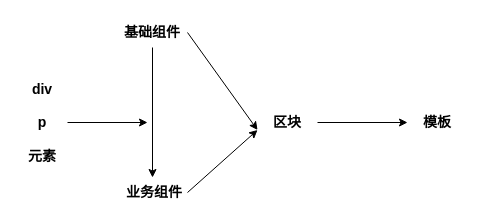
tangyaosimida/love keeps this draw.io diagram as 低代码—从前端组件到前端物料.drawio. Above is the earlier version. Source tidied: cells renumbered, new cells numbered last; positions are measured from the earlier drawing's top-left corner, leaving out a move shared by most shapes. Both pictures are drawn from the tidied source at 100%, with x=0, y=0 at pixel (17, 17).
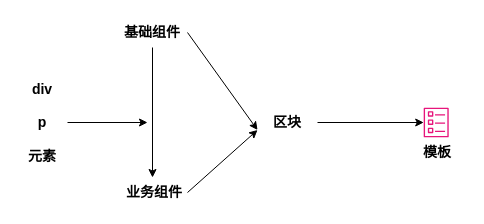
Above is the later version.

Commit message (it also covers changes not shown here):
更新低代码—从前端组件到前端物料.drawio

Diff of the diagram source:
```diff
@@
 <mxGraphModel>
   <root>
     <mxCell id="0" />
     <mxCell id="1" parent="0" />
     <mxCell id="2" value="&lt;span style=&quot;font-size: 14px;&quot;&gt;&lt;span style=&quot;font-size: 14px;&quot;&gt;div&lt;br style=&quot;font-size: 14px;&quot;&gt;&lt;br style=&quot;font-size: 14px;&quot;&gt;p&lt;br style=&quot;font-size: 14px;&quot;&gt;&lt;br style=&quot;font-size: 14px;&quot;&gt;元素&lt;br style=&quot;font-size: 14px;&quot;&gt;&lt;/span&gt;&lt;/span&gt;" style="text;html=1;align=center;verticalAlign=middle;whiteSpace=wrap;rounded=0;fontSize=14;fontStyle=1;" parent="1" vertex="1">
       <mxGeometry y="50" width="50" height="110" as="geometry" />
     </mxCell>
     <mxCell id="3" style="edgeStyle=orthogonalEdgeStyle;rounded=0;jettySize=auto;html=1;exitX=0.5;exitY=1;exitDx=0;exitDy=0;entryX=0.5;entryY=0;entryDx=0;entryDy=0;" parent="1" edge="1" source="4" target="5">
       <mxGeometry relative="1" as="geometry" />
     </mxCell>
     <mxCell id="4" value="基础组件" style="text;html=1;align=center;verticalAlign=middle;whiteSpace=wrap;rounded=0;fontSize=14;fontStyle=1;" parent="1" vertex="1">
       <mxGeometry x="100" width="70" height="30" as="geometry" />
     </mxCell>
     <mxCell id="5" value="&amp;nbsp;业务组件" style="text;html=1;align=center;verticalAlign=middle;whiteSpace=wrap;rounded=0;fontSize=14;fontStyle=1;" parent="1" vertex="1">
       <mxGeometry x="100" y="160" width="70" height="30" as="geometry" />
     </mxCell>
     <mxCell id="6" value="区块" style="text;html=1;align=center;verticalAlign=middle;whiteSpace=wrap;rounded=0;fontSize=14;fontStyle=1;" parent="1" vertex="1">
       <mxGeometry x="240" y="90" width="60" height="30" as="geometry" />
     </mxCell>
     <mxCell id="7" value="模板" style="text;html=1;align=center;verticalAlign=middle;whiteSpace=wrap;rounded=0;fontSize=14;fontStyle=1;" parent="1" vertex="1">
-      <mxGeometry x="390" y="90" width="60" height="30" as="geometry" />
+      <mxGeometry x="390" y="120" width="60" height="30" as="geometry" />
     </mxCell>
     <mxCell id="8" style="endArrow=classic;html=1;rounded=0;entryX=0;entryY=0.75;entryDx=0;entryDy=0;exitX=1;exitY=0.5;exitDx=0;exitDy=0;" parent="1" edge="1" source="4" target="6">
       <mxGeometry relative="1" as="geometry" />
     </mxCell>
     <mxCell id="9" style="endArrow=classic;html=1;rounded=0;entryX=0;entryY=0.75;entryDx=0;entryDy=0;exitX=1;exitY=0.5;exitDx=0;exitDy=0;" parent="1" edge="1" source="5" target="6">
       <mxGeometry relative="1" as="geometry" />
     </mxCell>
-    <mxCell id="10" style="endArrow=classic;html=1;rounded=0;exitX=1;exitY=0.5;exitDx=0;exitDy=0;entryX=0;entryY=0.5;entryDx=0;entryDy=0;" parent="1" edge="1" source="6" target="7">
+    <mxCell id="10" style="endArrow=classic;html=1;rounded=0;exitX=1;exitY=0.5;exitDx=0;exitDy=0;" parent="1" edge="1" source="6" target="12">
       <mxGeometry relative="1" as="geometry" />
     </mxCell>
     <mxCell id="11" style="endArrow=classic;html=1;rounded=0;exitX=1;exitY=0.5;exitDx=0;exitDy=0;" parent="1" edge="1" source="2">
       <mxGeometry relative="1" as="geometry">
         <mxPoint x="130" y="105" as="targetPoint" />
       </mxGeometry>
     </mxCell>
+    <mxCell id="12" style="sketch=0;outlineConnect=0;fontColor=#232F3E;gradientColor=none;fillColor=#E7157B;strokeColor=none;dashed=0;verticalLabelPosition=bottom;verticalAlign=top;align=center;html=1;fontSize=12;fontStyle=0;shape=mxgraph.aws4.template;" parent="1" vertex="1">
+      <mxGeometry x="406.2" y="90" width="25" height="30" as="geometry" />
+    </mxCell>
   </root>
 </mxGraphModel>
```
